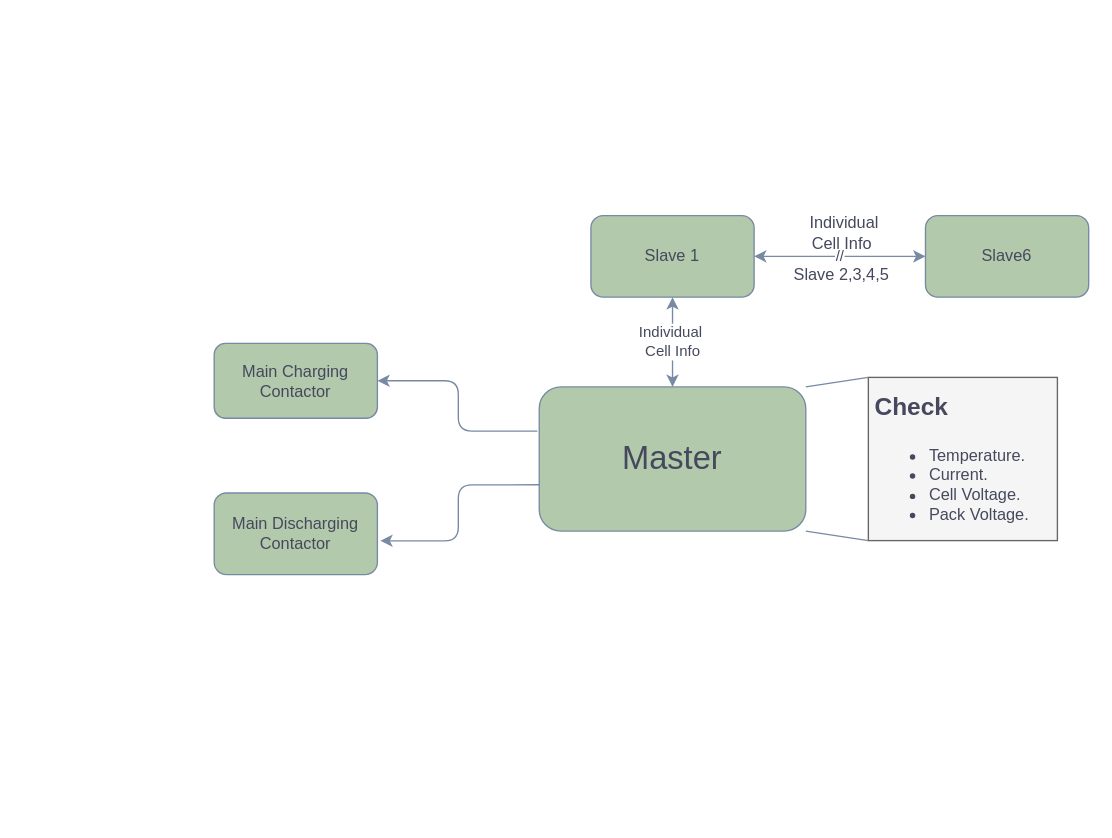
This is BMS Diagram.drawio from Mostafa1Mahmoud/FlowChartofCarControlingSystem, a draw.io file, before an edit. Source tidied: cells renumbered, new cells numbered last; positions are measured from the earlier drawing's top-left corner, leaving out a move shared by most shapes. Both pictures are drawn from the tidied source at 136%, with x=0, y=0 at pixel (214, 209).
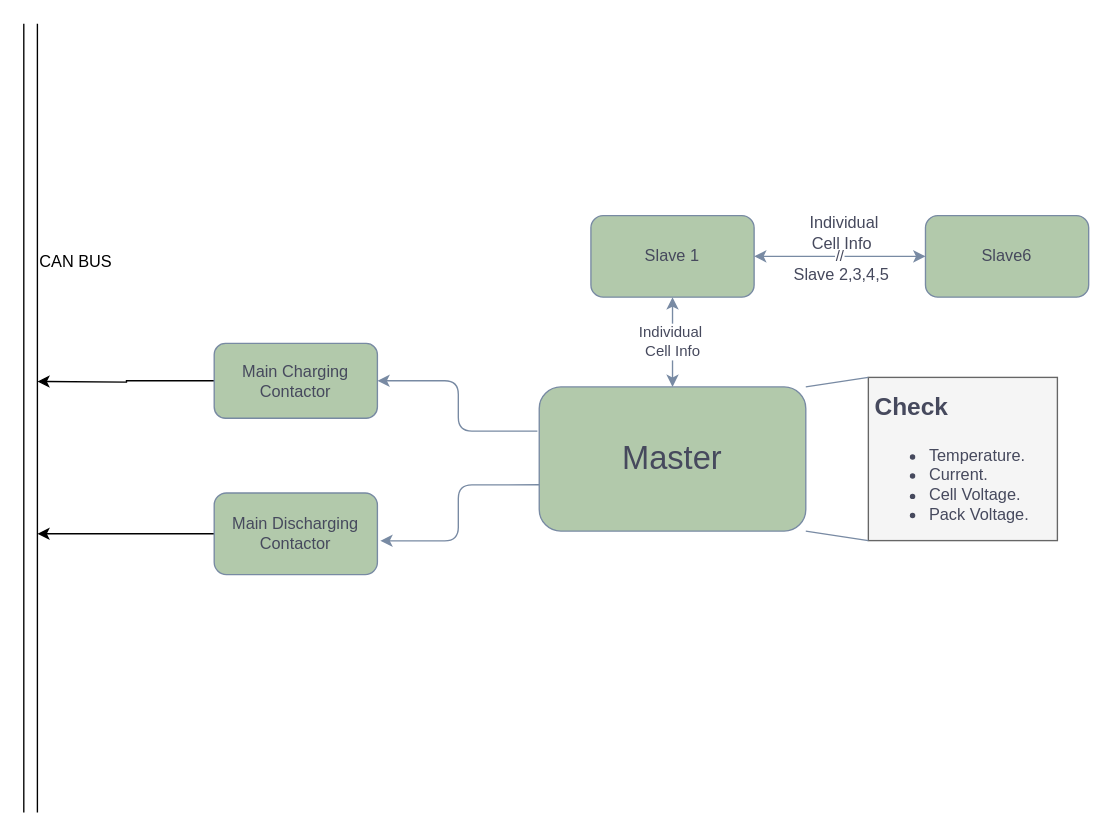
The same page after the edit.

The change refers to these unchanged cells:
```xml
<mxCell id="15" value="Main Charging Contactor" style="rounded=1;whiteSpace=wrap;html=1;sketch=0;fontColor=#46495D;strokeColor=#788AA3;fillColor=#B2C9AB;" parent="1" vertex="1">
  <mxGeometry y="98" width="120" height="55" as="geometry" />
</mxCell>
<mxCell id="16" value="Main Discharging&lt;br&gt;Contactor" style="rounded=1;whiteSpace=wrap;html=1;sketch=0;fontColor=#46495D;strokeColor=#788AA3;fillColor=#B2C9AB;" parent="1" vertex="1">
  <mxGeometry y="208" width="120" height="60" as="geometry" />
</mxCell>
```

Diff of the diagram source:
```diff
@@
+    <mxCell id="17" style="edgeStyle=orthogonalEdgeStyle;rounded=0;jettySize=auto;html=1;exitX=0;exitY=0.5;exitDx=0;exitDy=0;" parent="1" edge="1" source="15">
+      <mxGeometry relative="1" as="geometry">
+        <mxPoint x="-130" y="126" as="targetPoint" />
+      </mxGeometry>
+    </mxCell>
@@
+    <mxCell id="18" style="edgeStyle=orthogonalEdgeStyle;rounded=0;jettySize=auto;html=1;exitX=0;exitY=0.5;exitDx=0;exitDy=0;" parent="1" edge="1" source="16">
+      <mxGeometry relative="1" as="geometry">
+        <mxPoint x="-130" y="238" as="targetPoint" />
+      </mxGeometry>
+    </mxCell>
@@
+    <mxCell id="19" style="endArrow=none;html=1;" parent="1" edge="1">
+      <mxGeometry relative="1" as="geometry">
+        <mxPoint x="-130" y="443" as="sourcePoint" />
+        <mxPoint x="-130" y="-137" as="targetPoint" />
+      </mxGeometry>
+    </mxCell>
+    <mxCell id="20" style="endArrow=none;html=1;" parent="1" edge="1">
+      <mxGeometry relative="1" as="geometry">
+        <mxPoint x="-140" y="443" as="sourcePoint" />
+        <mxPoint x="-140" y="-137" as="targetPoint" />
+      </mxGeometry>
+    </mxCell>
+    <mxCell id="21" value="CAN BUS" style="text;html=1;align=center;verticalAlign=middle;strokeColor=none;" parent="1" vertex="1">
+      <mxGeometry x="-135" y="28" width="65" height="20" as="geometry" />
+    </mxCell>
```
